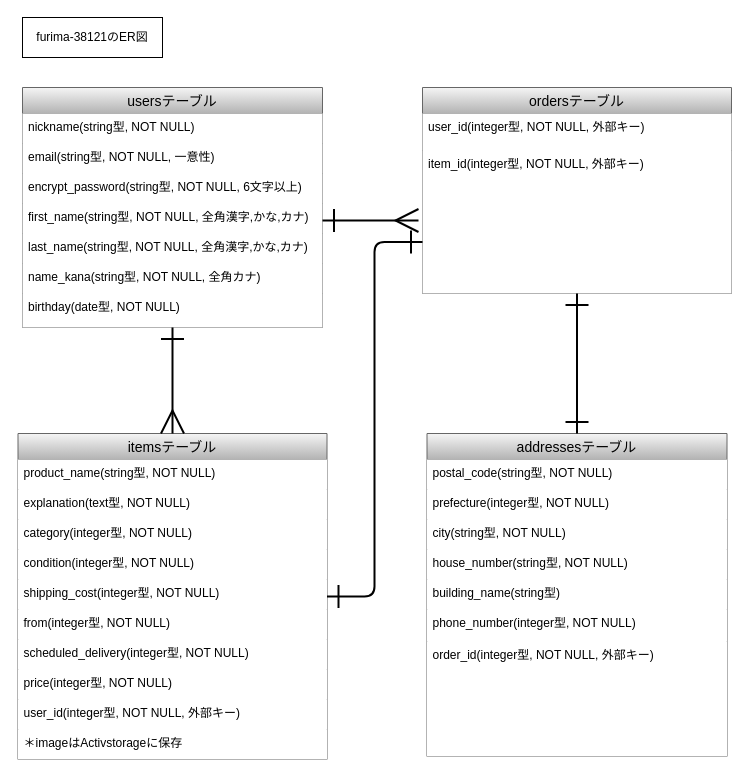
Before: ER図.dio in yuinin/furima-38121, a draw.io diagram. Source tidied: cells renumbered, new cells numbered last; positions are measured from the earlier drawing's top-left corner, leaving out a move shared by most shapes. Both pictures are drawn from the tidied source at 100%, with x=0, y=0 at pixel (18, 17).
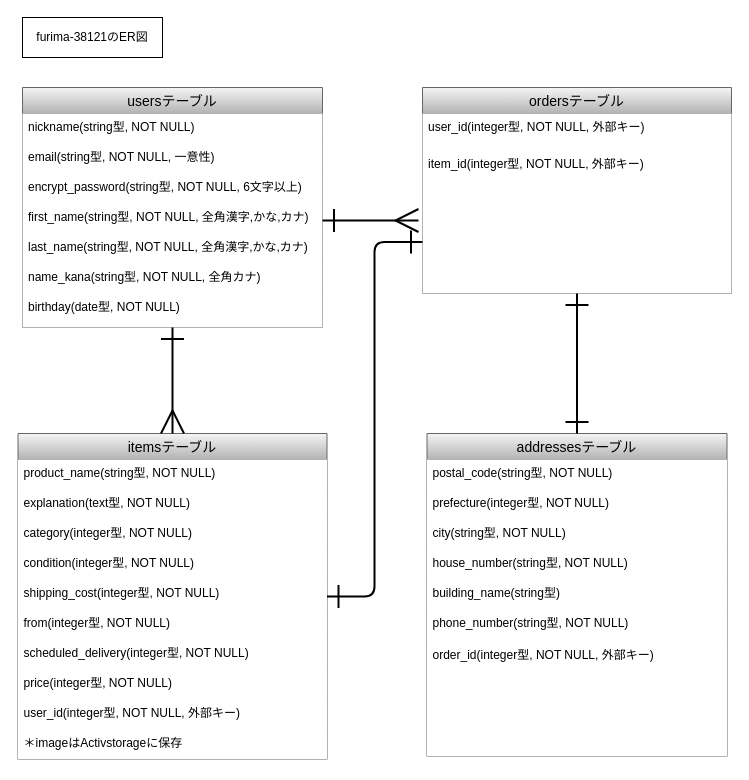
After the change.

The change refers to these unchanged cells:
```xml
<mxCell id="25" value="addressesテーブル" style="swimlane;fontStyle=0;horizontal=1;startSize=26;align=center;fontSize=14;rounded=0;sketch=0;shadow=0;glass=0;fillColor=#f5f5f5;gradientColor=#b3b3b3;strokeColor=#666666;fontColor=#000000;" parent="1" vertex="1">
  <mxGeometry x="408.5" y="416" width="300" height="323" as="geometry" />
</mxCell>
```

Change to the diagram source:
```diff
@@
-    <mxCell id="31" value="phone_number(integer型, NOT NULL)" style="text;strokeColor=none;fillColor=#FFFFFF;spacingLeft=4;spacingRight=4;overflow=hidden;fontSize=12;fontColor=#000000;" parent="25" vertex="1">
+    <mxCell id="31" value="phone_number(string型, NOT NULL)" style="text;strokeColor=none;fillColor=#FFFFFF;spacingLeft=4;spacingRight=4;overflow=hidden;fontSize=12;fontColor=#000000;" parent="25" vertex="1">
       <mxGeometry y="176" width="300" height="32" as="geometry" />
     </mxCell>
```
